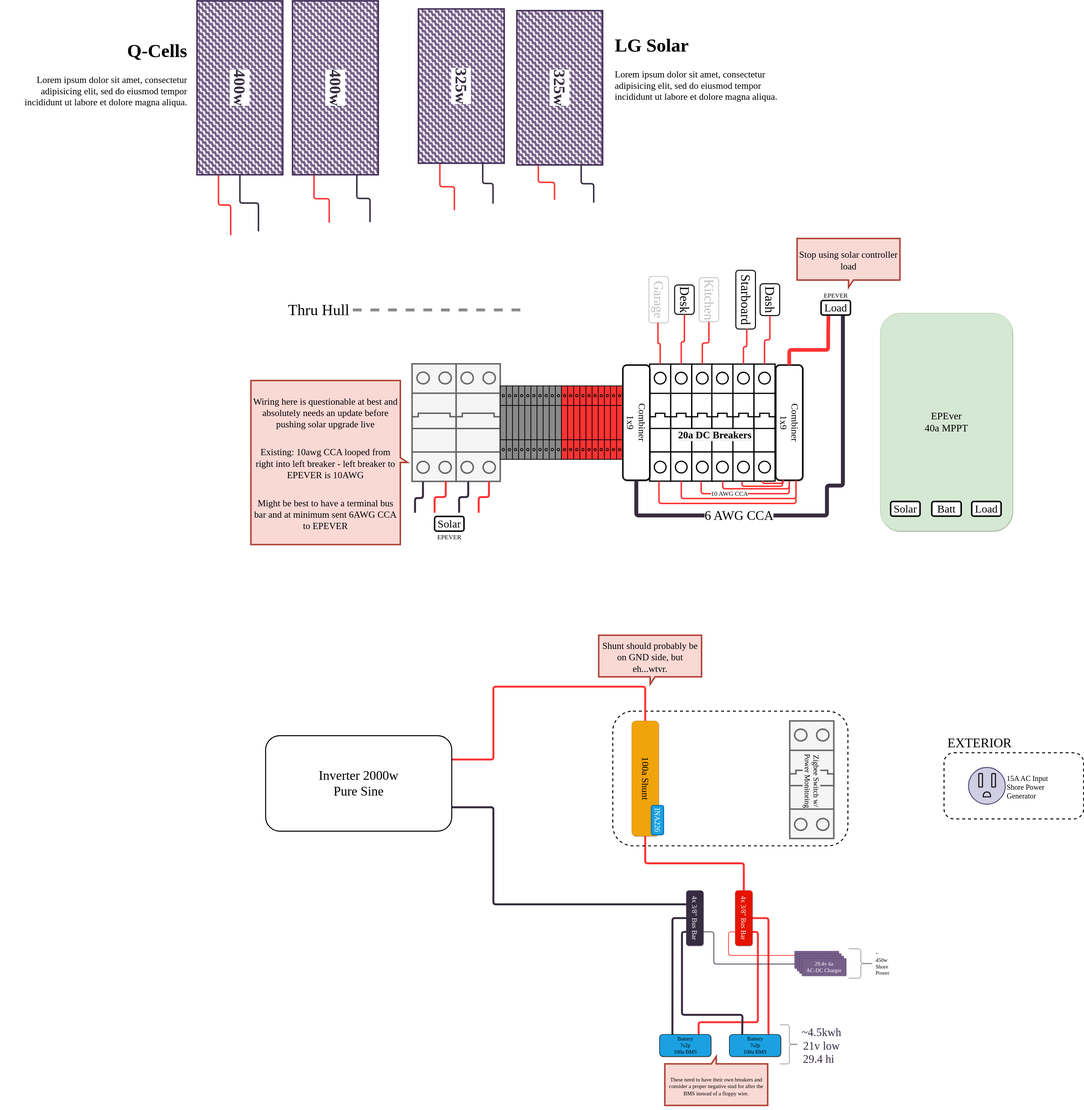
Before: gary-bussy-electrical.drawio.svg, a diagram exported from draw.io (clomads/gary-bussy). Source tidied: cells renumbered, new cells last; positions are measured from the earlier drawing's top-left corner, leaving out a move shared by most shapes.
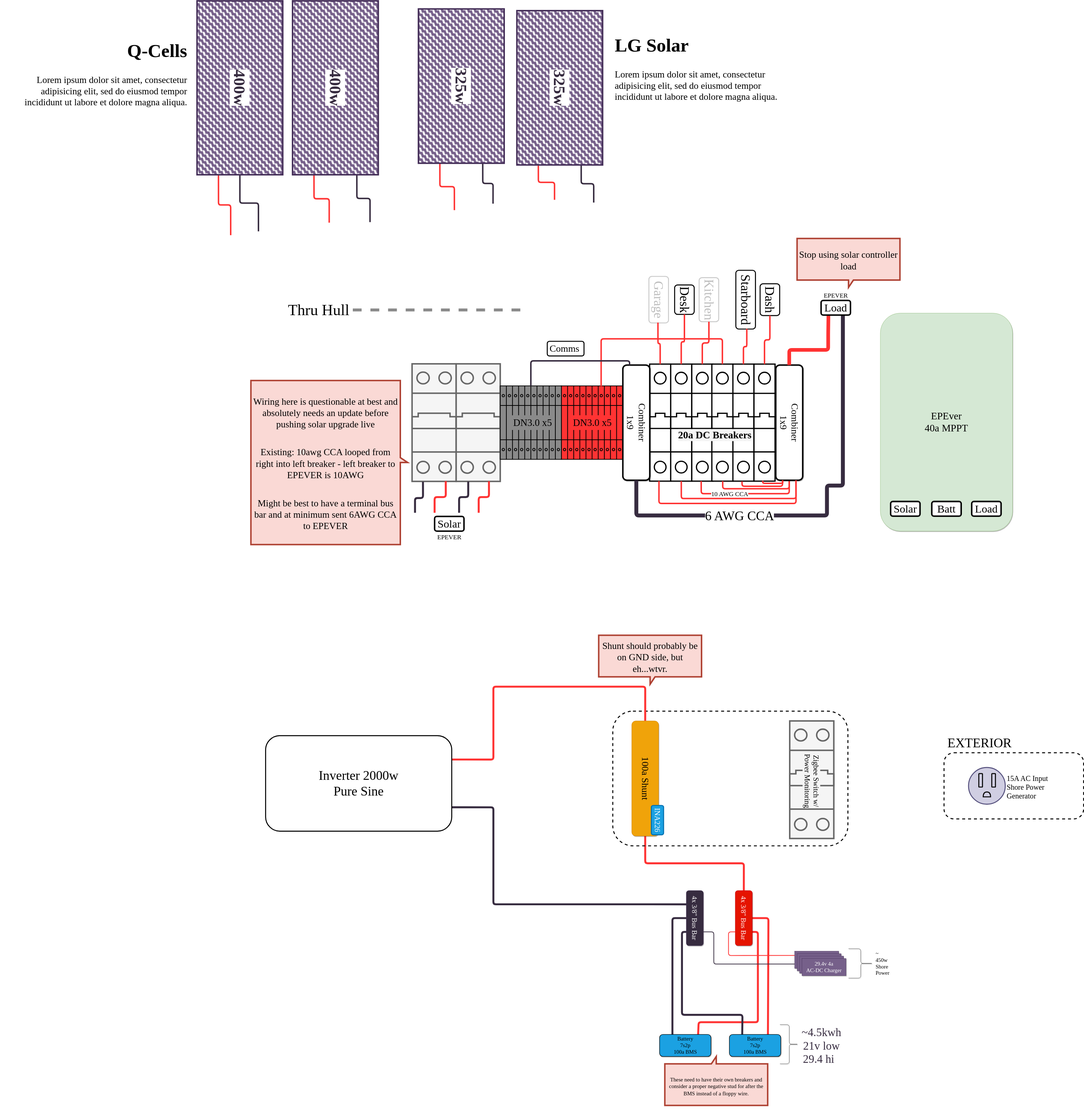
The same diagram one commit later.

Commit message:
add comms connection and net label

What changed in the source:
```diff
@@ -168,6 +168,28 @@
     <mxCell id="39" value="20a DC Breakers" style="text;html=1;align=center;verticalAlign=middle;strokeColor=none;fillColor=none;fontSize=41;fontFamily=League Spartan;fontSource=https%3A%2F%2Ffonts.googleapis.com%2Fcss%3Ffamily%3DLeague%2BSpartan;fontStyle=1;labelBackgroundColor=#F5F5F5;" parent="20" vertex="1">
       <mxGeometry x="1081" y="261" width="310" height="60" as="geometry" />
     </mxCell>
+    <mxCell id="108" value="DN3.0 x5" style="text;html=1;align=center;verticalAlign=middle;strokeColor=none;fillColor=#FF3333;fontSize=40;fontFamily=League Spartan;fontColor=default;" parent="20" vertex="1">
+      <mxGeometry x="645.5" y="210" width="180" height="60" as="geometry" />
+    </mxCell>
+    <mxCell id="109" value="DN3.0 x5" style="text;html=1;align=center;verticalAlign=middle;strokeColor=none;fillColor=#8A8A8A;fontSize=40;fontFamily=League Spartan;fontColor=default;" parent="20" vertex="1">
+      <mxGeometry x="402" y="210" width="180" height="60" as="geometry" />
+    </mxCell>
+    <mxCell id="110" style="edgeStyle=orthogonalEdgeStyle;shape=connector;rounded=1;jettySize=auto;html=1;labelBackgroundColor=default;strokeColor=#FF3333;strokeWidth=6;fontFamily=League Spartan;fontSource=https%3A%2F%2Ffonts.googleapis.com%2Fcss%3Ffamily%3DLeague%2BSpartan;fontSize=40;fontColor=default;endArrow=none;endFill=0;entryX=0.648;entryY=0.003;entryDx=0;entryDy=0;entryPerimeter=0;" parent="20" edge="1" source="29" target="24">
+      <mxGeometry relative="1" as="geometry">
+        <Array as="points">
+          <mxPoint x="1267" y="-102" />
+          <mxPoint x="772" y="-102" />
+        </Array>
+      </mxGeometry>
+    </mxCell>
+    <mxCell id="111" style="edgeStyle=orthogonalEdgeStyle;shape=connector;rounded=1;jettySize=auto;html=1;labelBackgroundColor=default;strokeColor=#372C40;strokeWidth=6;fontFamily=League Spartan;fontSource=https%3A%2F%2Ffonts.googleapis.com%2Fcss%3Ffamily%3DLeague%2BSpartan;fontSize=40;fontColor=default;endArrow=none;endFill=0;entryX=0;entryY=0.75;entryDx=0;entryDy=0;" parent="20" edge="1" source="23" target="26">
+      <mxGeometry relative="1" as="geometry">
+        <Array as="points">
+          <mxPoint x="485" y="-12" />
+          <mxPoint x="888" y="-12" />
+        </Array>
+      </mxGeometry>
+    </mxCell>
     <mxCell id="40" value="Dash" style="text;html=1;align=center;verticalAlign=middle;points=[];fontSize=53;fontFamily=League Spartan;rotation=90;strokeColor=default;rounded=1;fillColor=default;strokeWidth=4;" parent="19" vertex="1">
       <mxGeometry x="1396" y="-22" width="130" height="80" as="geometry" />
     </mxCell>
@@ -202,6 +224,9 @@
         </Array>
       </mxGeometry>
     </mxCell>
+    <mxCell id="112" value="Comms&amp;nbsp;" style="text;html=1;align=center;verticalAlign=middle;fontSize=39;fontFamily=League Spartan;rotation=0;strokeColor=default;rounded=1;fillColor=default;strokeWidth=4;direction=west;" parent="19" vertex="1">
+      <mxGeometry x="552" y="188" width="150" height="60" as="geometry" />
+    </mxCell>
     <mxCell id="50" style="rounded=1;whiteSpace=wrap;html=1;sketch=0;strokeColor=default;strokeWidth=4;fontFamily=League Spartan;fontSource=https%3A%2F%2Ffonts.googleapis.com%2Fcss%3Ffamily%3DLeague%2BSpartan;fontSize=41;fillColor=none;dashed=1;perimeterSpacing=0;" parent="1" vertex="1">
       <mxGeometry x="2498.5" y="2804" width="960" height="550" as="geometry" />
     </mxCell>
```
